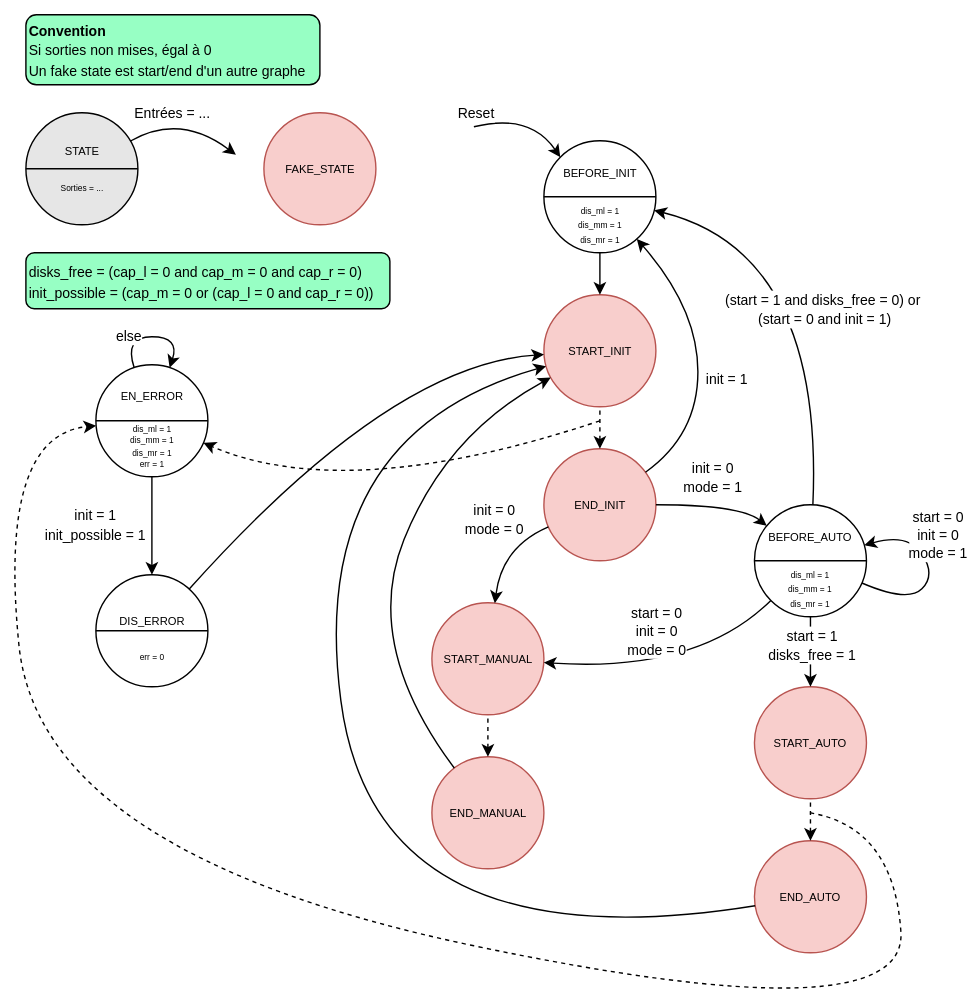
The draw.io diagram doc/images/state_global.svg in Schokiiiiiiii/csn26, before a commit. Source tidied: cells renumbered, new cells last; positions are measured from the earlier drawing's top-left corner, leaving out a move shared by most shapes.
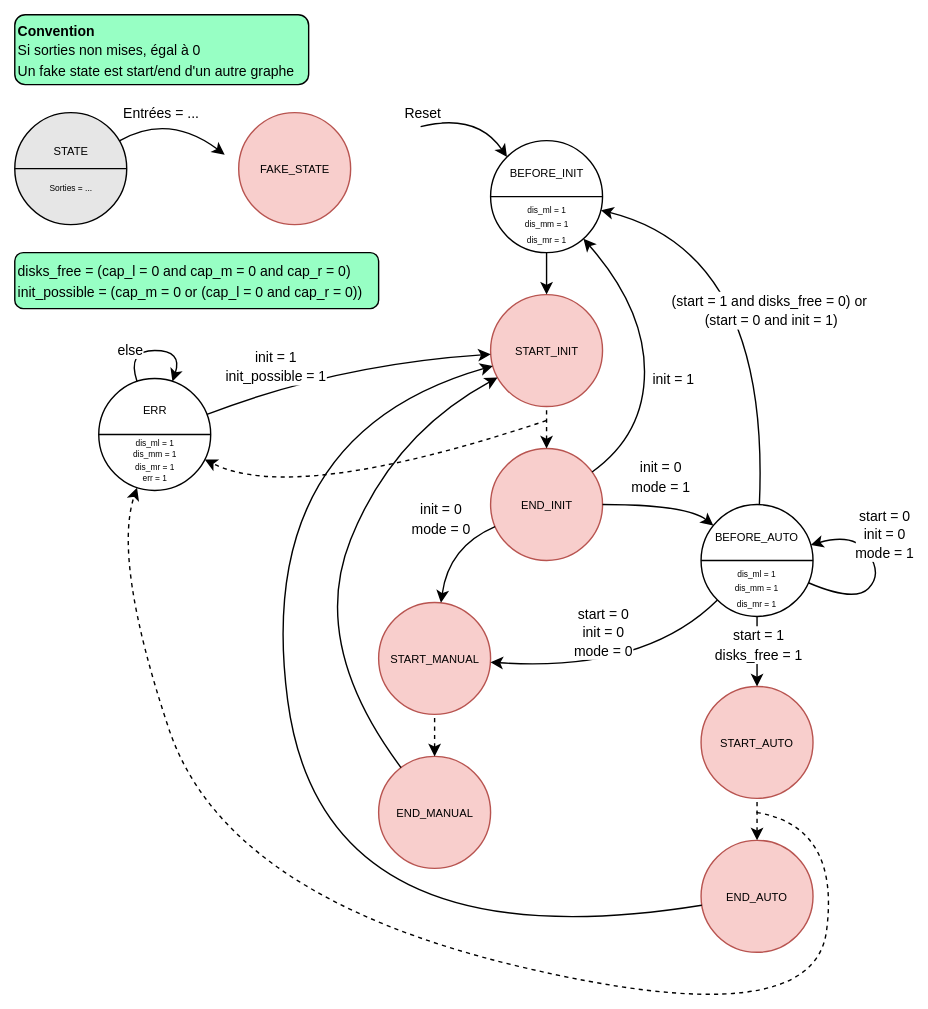
After the change.

The edit, as a diff of the source:
```diff
@@ -141,7 +141,7 @@
       </mxGeometry>
     </mxCell>
     <mxCell id="32" value="&lt;font style=&quot;font-size: 10px;&quot;&gt;disks_free =&amp;nbsp;&lt;span style=&quot;background-color: transparent; color: light-dark(rgb(0, 0, 0), rgb(255, 255, 255));&quot;&gt;(cap_l = 0 and cap_m = 0 and cap_r = 0)&lt;/span&gt;&lt;/font&gt;&lt;div style=&quot;&quot;&gt;&lt;span style=&quot;background-color: transparent; color: light-dark(rgb(0, 0, 0), rgb(255, 255, 255));&quot;&gt;&lt;font style=&quot;font-size: 10px;&quot;&gt;init_possible = (cap_m = 0 or (cap_l = 0 and cap_r = 0))&lt;/font&gt;&lt;/span&gt;&lt;/div&gt;" style="rounded=1;whiteSpace=wrap;html=1;align=left;fillColor=#97FFC4;" parent="1" vertex="1">
-      <mxGeometry x="20" y="170" width="260" height="40" as="geometry" />
+      <mxGeometry x="50" y="170" width="260" height="40" as="geometry" />
     </mxCell>
     <mxCell id="33" style="curved=1;endArrow=classic;html=1;rounded=0;" parent="1" edge="1" source="13" target="6">
       <mxGeometry relative="1" as="geometry">
@@ -159,30 +159,16 @@
         </Array>
       </mxGeometry>
     </mxCell>
-    <mxCell id="35" value="&lt;div style=&quot;line-height: 90%;&quot;&gt;&lt;br&gt;&lt;/div&gt;&lt;div style=&quot;line-height: 70%;&quot;&gt;&lt;font style=&quot;line-height: 90%;&quot;&gt;&lt;font style=&quot;font-size: 8px;&quot;&gt;EN_ERROR&lt;/font&gt;&lt;/font&gt;&lt;/div&gt;&lt;div style=&quot;line-height: 70%;&quot;&gt;&lt;span style=&quot;font-size: 8px;&quot;&gt;&lt;br&gt;&lt;/span&gt;&lt;div&gt;&lt;span&gt;&lt;font style=&quot;font-size: 6px; line-height: 70%;&quot;&gt;dis_ml = 1&lt;/font&gt;&lt;/span&gt;&lt;/div&gt;&lt;div&gt;&lt;span&gt;&lt;font style=&quot;font-size: 6px; line-height: 70%;&quot;&gt;dis_mm = 1&lt;/font&gt;&lt;/span&gt;&lt;/div&gt;&lt;div&gt;&lt;span&gt;&lt;font style=&quot;font-size: 6px; line-height: 70%;&quot;&gt;dis_mr = 1&lt;/font&gt;&lt;/span&gt;&lt;/div&gt;&lt;div&gt;&lt;span style=&quot;font-size: 6px;&quot;&gt;err = 1&lt;/span&gt;&lt;/div&gt;&lt;/div&gt;" style="ellipse;whiteSpace=wrap;html=1;" parent="1" vertex="1">
-      <mxGeometry x="70" y="250" width="80" height="80" as="geometry" />
+    <mxCell id="35" value="&lt;div style=&quot;line-height: 90%;&quot;&gt;&lt;br&gt;&lt;/div&gt;&lt;div style=&quot;line-height: 70%;&quot;&gt;&lt;font style=&quot;line-height: 90%;&quot;&gt;&lt;font style=&quot;font-size: 8px;&quot;&gt;ERR&lt;/font&gt;&lt;/font&gt;&lt;/div&gt;&lt;div style=&quot;line-height: 70%;&quot;&gt;&lt;span style=&quot;font-size: 8px;&quot;&gt;&lt;br&gt;&lt;/span&gt;&lt;div&gt;&lt;span&gt;&lt;font style=&quot;font-size: 6px; line-height: 70%;&quot;&gt;dis_ml = 1&lt;/font&gt;&lt;/span&gt;&lt;/div&gt;&lt;div&gt;&lt;span&gt;&lt;font style=&quot;font-size: 6px; line-height: 70%;&quot;&gt;dis_mm = 1&lt;/font&gt;&lt;/span&gt;&lt;/div&gt;&lt;div&gt;&lt;span&gt;&lt;font style=&quot;font-size: 6px; line-height: 70%;&quot;&gt;dis_mr = 1&lt;/font&gt;&lt;/span&gt;&lt;/div&gt;&lt;div&gt;&lt;span style=&quot;font-size: 6px;&quot;&gt;err = 1&lt;/span&gt;&lt;/div&gt;&lt;/div&gt;" style="ellipse;whiteSpace=wrap;html=1;" parent="1" vertex="1">
+      <mxGeometry x="110" y="260" width="80" height="80" as="geometry" />
     </mxCell>
     <mxCell id="36" style="endArrow=none;html=1;rounded=0;exitX=0;exitY=0.5;exitDx=0;exitDy=0;entryX=1;entryY=0.5;entryDx=0;entryDy=0;" parent="1" edge="1" source="35" target="35">
       <mxGeometry relative="1" as="geometry" />
     </mxCell>
-    <mxCell id="37" value="&lt;div style=&quot;line-height: 90%;&quot;&gt;&lt;font style=&quot;font-size: 6px; line-height: 90%;&quot;&gt;&lt;span&gt;&lt;br&gt;&lt;/span&gt;&lt;/font&gt;&lt;/div&gt;&lt;div style=&quot;line-height: 90%;&quot;&gt;&lt;font style=&quot;line-height: 90%;&quot;&gt;&lt;font style=&quot;font-size: 8px;&quot;&gt;DIS_ERROR&lt;/font&gt;&lt;br&gt;&lt;/font&gt;&lt;div&gt;&lt;font style=&quot;font-size: 6px;&quot;&gt;&lt;br&gt;&lt;/font&gt;&lt;/div&gt;&lt;div&gt;&lt;span style=&quot;font-size: 6px;&quot;&gt;err = 0&lt;/span&gt;&lt;/div&gt;&lt;/div&gt;" style="ellipse;whiteSpace=wrap;html=1;" parent="1" vertex="1">
-      <mxGeometry x="70" y="400" width="80" height="80" as="geometry" />
-    </mxCell>
-    <mxCell id="38" style="endArrow=none;html=1;rounded=0;exitX=0;exitY=0.5;exitDx=0;exitDy=0;entryX=1;entryY=0.5;entryDx=0;entryDy=0;" parent="1" edge="1" source="37" target="37">
-      <mxGeometry relative="1" as="geometry" />
-    </mxCell>
-    <mxCell id="39" style="endArrow=classic;html=1;rounded=0;" parent="1" edge="1" source="35" target="37">
-      <mxGeometry relative="1" as="geometry" />
-    </mxCell>
-    <mxCell id="40" value="&lt;div&gt;&lt;font style=&quot;font-size: 10px;&quot;&gt;init = 1&lt;/font&gt;&lt;/div&gt;&lt;font style=&quot;font-size: 10px;&quot;&gt;init_possible = 1&lt;/font&gt;" style="edgeLabel;html=1;align=center;verticalAlign=middle;" parent="39" vertex="1">
-      <mxGeometry x="-0.13" y="-3" relative="1" as="geometry">
-        <mxPoint x="-38" y="3" as="offset" />
-      </mxGeometry>
-    </mxCell>
     <mxCell id="41" style="curved=1;endArrow=classic;html=1;rounded=0;" parent="1" edge="1" source="35" target="35">
       <mxGeometry relative="1" as="geometry">
         <Array as="points">
-          <mxPoint x="90" y="230" />
+          <mxPoint x="130" y="240" />
         </Array>
       </mxGeometry>
     </mxCell>
@@ -191,13 +177,18 @@
         <mxPoint x="-14" as="offset" />
       </mxGeometry>
     </mxCell>
-    <mxCell id="43" style="curved=1;endArrow=classic;html=1;rounded=0;" parent="1" edge="1" source="37" target="6">
+    <mxCell id="43" style="curved=1;endArrow=classic;html=1;rounded=0;" parent="1" edge="1" source="35" target="6">
       <mxGeometry relative="1" as="geometry">
         <Array as="points">
           <mxPoint x="280" y="250" />
         </Array>
       </mxGeometry>
     </mxCell>
+    <mxCell id="40" value="&lt;div&gt;&lt;font style=&quot;font-size: 10px;&quot;&gt;init = 1&lt;/font&gt;&lt;/div&gt;&lt;font style=&quot;font-size: 10px;&quot;&gt;init_possible = 1&lt;/font&gt;" style="edgeLabel;html=1;align=center;verticalAlign=middle;" parent="43" vertex="1">
+      <mxGeometry x="-0.51" y="-2" relative="1" as="geometry">
+        <mxPoint y="-19" as="offset" />
+      </mxGeometry>
+    </mxCell>
     <mxCell id="44" style="curved=1;endArrow=classic;html=1;rounded=0;dashed=1;" parent="1" edge="1" target="35">
       <mxGeometry relative="1" as="geometry">
         <mxPoint x="430" y="290" as="sourcePoint" />
@@ -211,23 +202,23 @@
         <mxPoint x="580" y="570" as="sourcePoint" />
         <Array as="points">
           <mxPoint x="640" y="580" />
-          <mxPoint x="650" y="730" />
-          <mxPoint x="30" y="600" />
-          <mxPoint y="300" />
+          <mxPoint x="620" y="730" />
+          <mxPoint x="200" y="630" />
+          <mxPoint x="120" y="390" />
         </Array>
       </mxGeometry>
     </mxCell>
     <mxCell id="46" value="&lt;div style=&quot;line-height: 90%;&quot;&gt;&lt;span style=&quot;font-size: 8px; background-color: transparent; color: light-dark(rgb(0, 0, 0), rgb(255, 255, 255));&quot;&gt;STATE&lt;/span&gt;&lt;/div&gt;&lt;div style=&quot;line-height: 90%;&quot;&gt;&lt;span style=&quot;font-size: 8px; background-color: transparent; color: light-dark(rgb(0, 0, 0), rgb(255, 255, 255));&quot;&gt;&lt;br&gt;&lt;/span&gt;&lt;/div&gt;&lt;div style=&quot;line-height: 90%;&quot;&gt;&lt;div&gt;&lt;span style=&quot;font-size: 6px;&quot;&gt;Sorties = ...&lt;/span&gt;&lt;/div&gt;&lt;/div&gt;" style="ellipse;whiteSpace=wrap;html=1;fillColor=#E6E6E6;" parent="1" vertex="1">
-      <mxGeometry x="20" y="70" width="80" height="80" as="geometry" />
+      <mxGeometry x="50" y="70" width="80" height="80" as="geometry" />
     </mxCell>
     <mxCell id="47" style="endArrow=none;html=1;rounded=0;exitX=0;exitY=0.5;exitDx=0;exitDy=0;entryX=1;entryY=0.5;entryDx=0;entryDy=0;" parent="1" edge="1" source="46" target="46">
       <mxGeometry relative="1" as="geometry" />
     </mxCell>
     <mxCell id="48" style="curved=1;endArrow=classic;html=1;rounded=0;" parent="1" edge="1" source="46">
       <mxGeometry relative="1" as="geometry">
-        <mxPoint x="170" y="100" as="targetPoint" />
+        <mxPoint x="200" y="100" as="targetPoint" />
         <Array as="points">
-          <mxPoint x="130" y="70" />
+          <mxPoint x="160" y="70" />
         </Array>
       </mxGeometry>
     </mxCell>
@@ -237,10 +228,10 @@
       </mxGeometry>
     </mxCell>
     <mxCell id="50" value="&lt;div&gt;&lt;font style=&quot;font-size: 10px;&quot;&gt;&lt;b&gt;Convention&lt;/b&gt;&lt;/font&gt;&lt;div&gt;&lt;font style=&quot;font-size: 10px;&quot;&gt;Si sorties non mises, égal à 0&lt;/font&gt;&lt;/div&gt;&lt;/div&gt;&lt;div&gt;&lt;span style=&quot;font-size: 10px;&quot;&gt;Un fake state est start/end d'un autre graphe&lt;/span&gt;&lt;/div&gt;" style="rounded=1;whiteSpace=wrap;html=1;align=left;fillColor=#97FFC4;" parent="1" vertex="1">
-      <mxGeometry x="20" width="210" height="50" as="geometry" />
+      <mxGeometry x="50" width="210" height="50" as="geometry" />
     </mxCell>
     <mxCell id="51" value="&lt;div style=&quot;line-height: 90%;&quot;&gt;&lt;span style=&quot;font-size: 8px;&quot;&gt;FAKE_STATE&lt;/span&gt;&lt;/div&gt;" style="ellipse;whiteSpace=wrap;html=1;fillColor=#f8cecc;strokeColor=#b85450;" parent="1" vertex="1">
-      <mxGeometry x="190" y="70" width="80" height="80" as="geometry" />
+      <mxGeometry x="210" y="70" width="80" height="80" as="geometry" />
     </mxCell>
   </root>
 </mxGraphModel>
```
